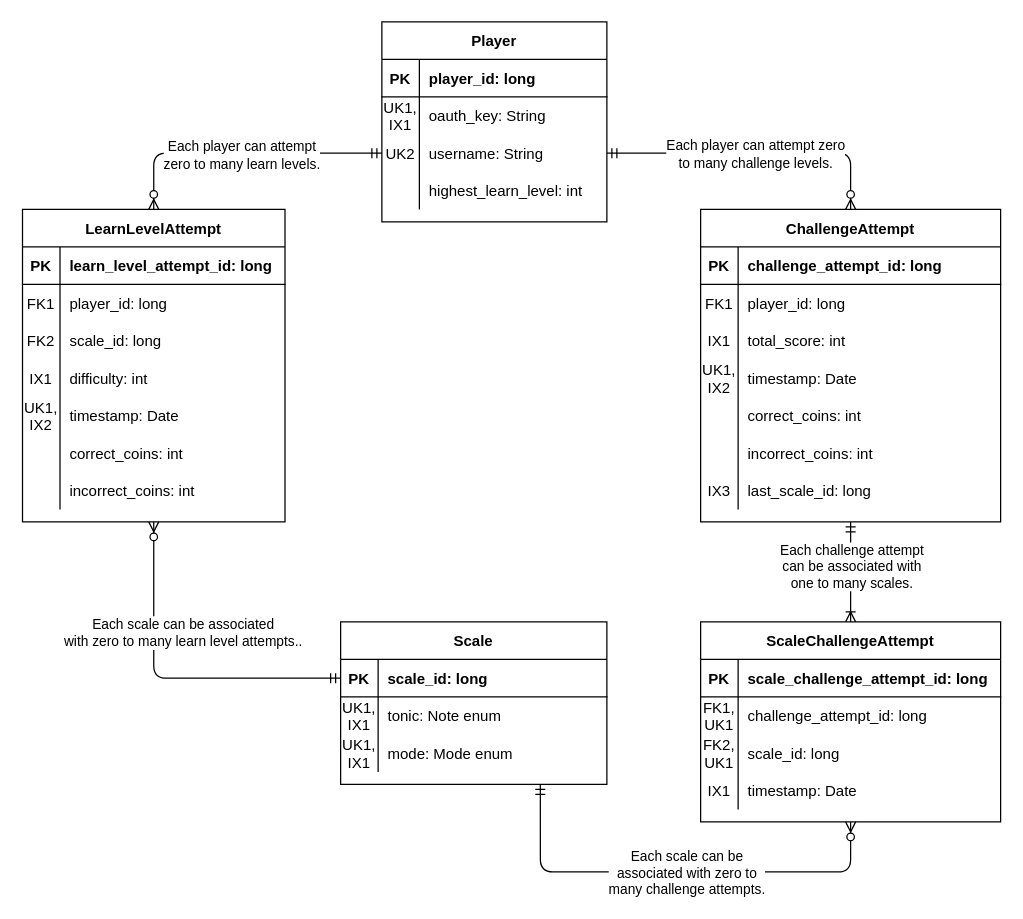
The draw.io diagram docs/work/erd.drawio in lsteiner9/ScaleScroller, before the edit. Source tidied: cells renumbered, new cells numbered last; positions are measured from the earlier drawing's top-left corner, leaving out a move shared by most shapes. Both pictures are drawn from the tidied source at 125%, with x=0, y=0 at pixel (21, 21).
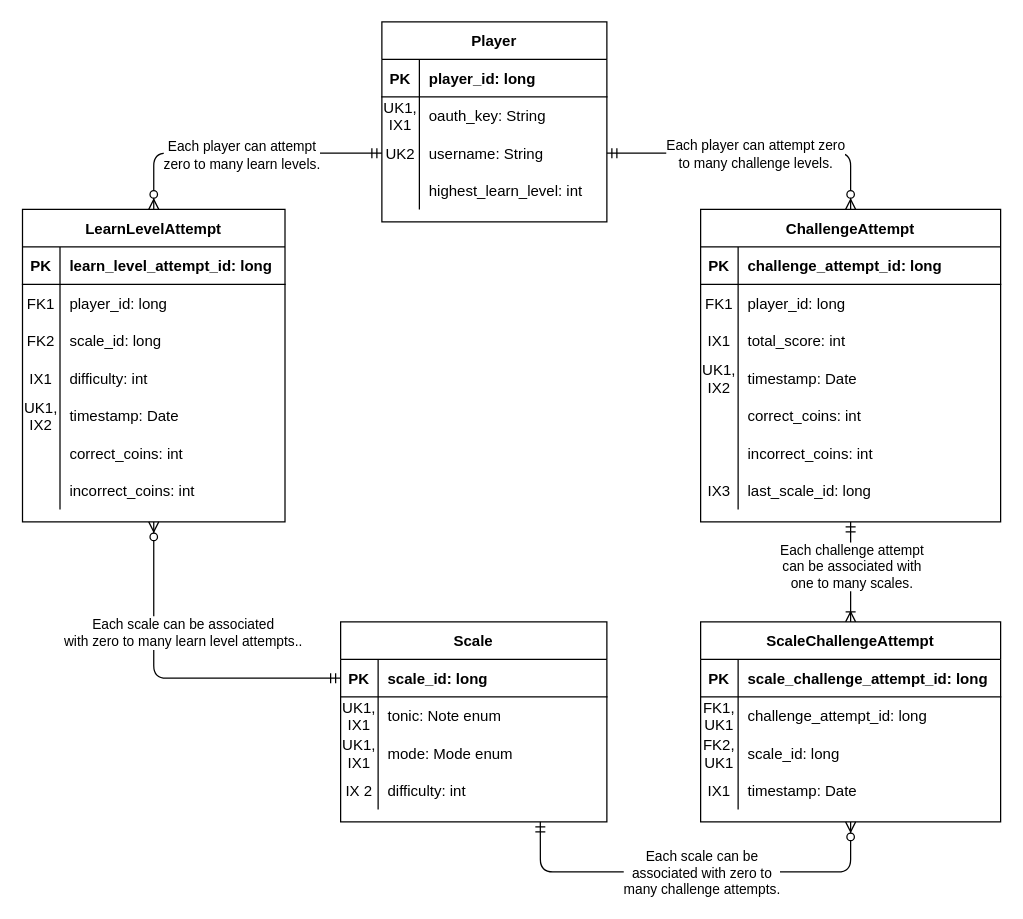
The same page after the edit.

Change to the diagram source:
```diff
@@
     <mxCell id="25" value="Scale" style="shape=table;startSize=30;childLayout=tableLayout;rowLines=0;fontStyle=1;align=center;" parent="1" vertex="1">
-      <mxGeometry x="255" y="480" width="213" height="130" as="geometry" />
+      <mxGeometry x="255" y="480" width="213" height="160" as="geometry" />
     </mxCell>
@@
+    <mxCell id="92" style="shape=partialRectangle;fillColor=none;top=0;left=0;bottom=0;right=0;" parent="25" vertex="1">
+      <mxGeometry y="120" width="213" height="30" as="geometry" />
+    </mxCell>
+    <mxCell id="93" value="IX 2" style="shape=partialRectangle;fillColor=none;top=0;left=0;bottom=0;right=0;overflow=hidden;" parent="92" vertex="1">
+      <mxGeometry width="30" height="30" as="geometry" />
+    </mxCell>
+    <mxCell id="94" value="difficulty: int" style="shape=partialRectangle;fillColor=none;top=0;left=0;bottom=0;right=0;align=left;spacingLeft=6;overflow=hidden;" parent="92" vertex="1">
+      <mxGeometry x="30" width="183" height="30" as="geometry" />
+    </mxCell>
```
